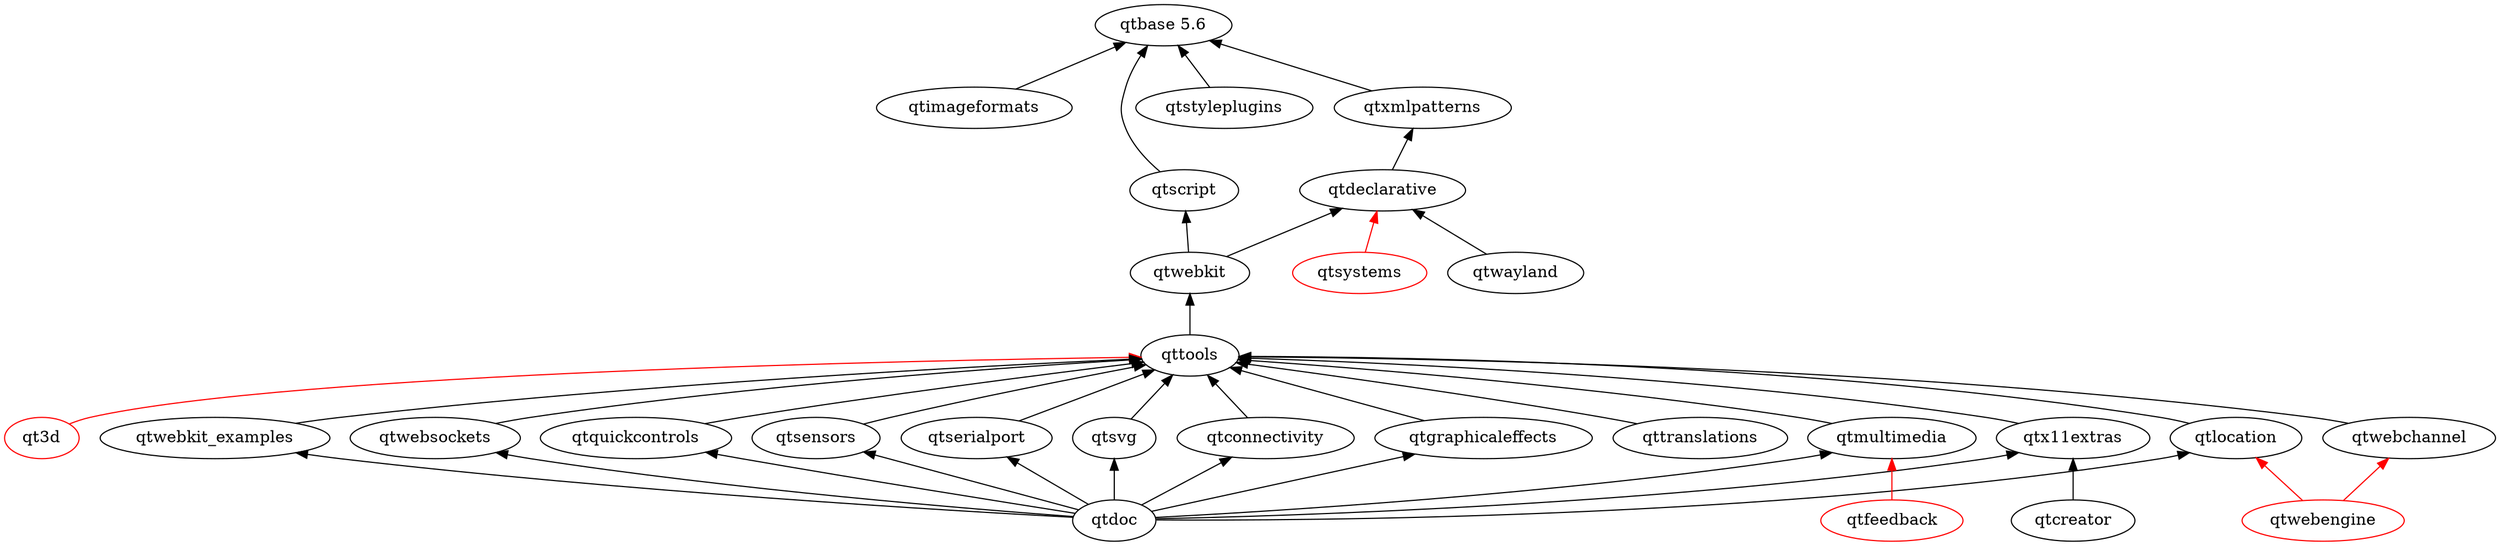
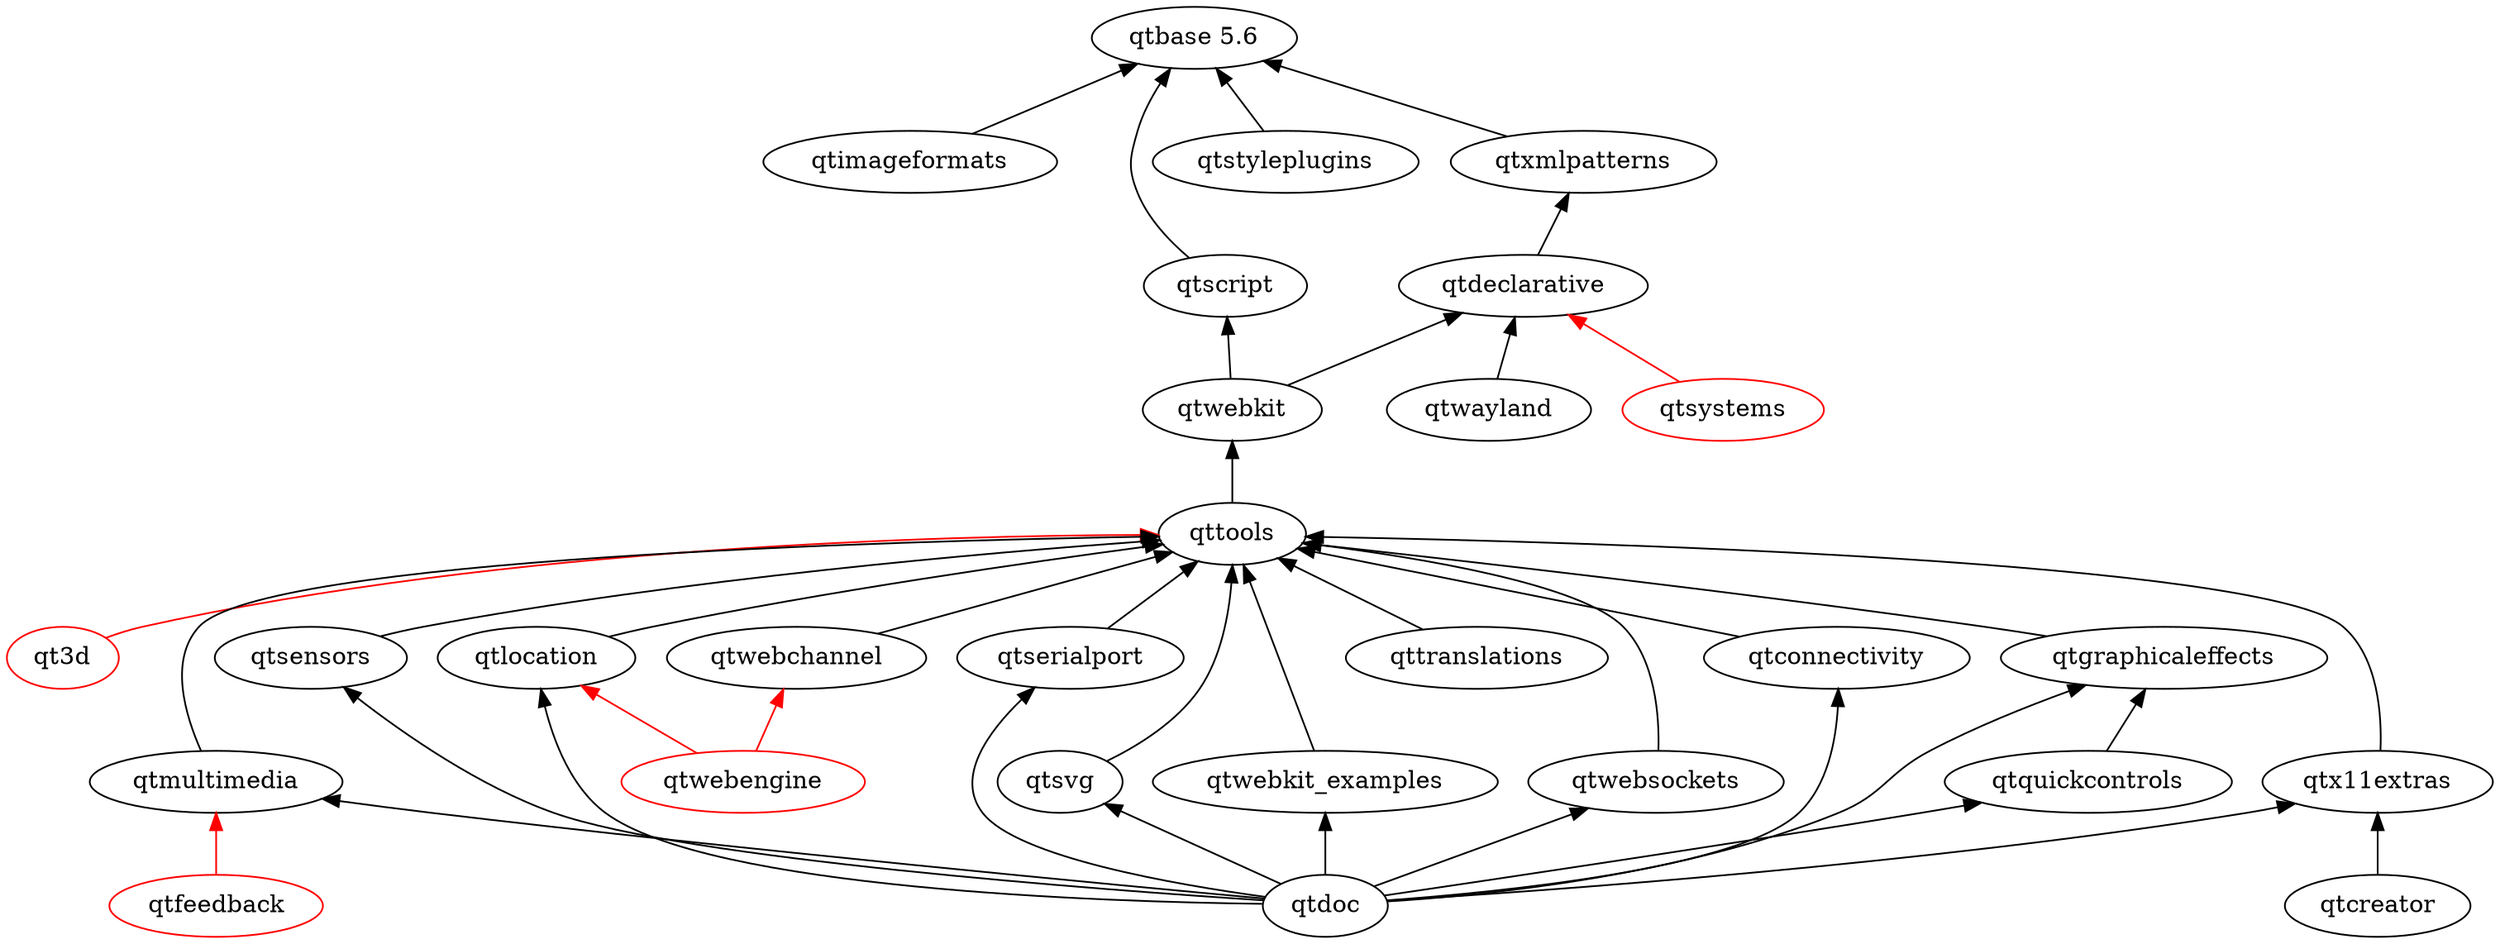
digraph qt5 {
  graph [
    rankdir = "BT"
  ]

  qt3d [ color = red ]
  "qtbase 5.6"
  qtconnectivity
  qtcreator
  qtdeclarative
  qtdoc
  qtfeedback [ color = red ]
  qtgraphicaleffects
  qtimageformats
  qtlocation
  qtmultimedia
  qtquickcontrols
  qtscript
  qtsensors
  qtserialport
  qtstyleplugins
  qtsvg
  qtsystems [ color = red ]
  qttools
  qttranslations
  qtwayland
  qtwebkit
  qtwebkit_examples
  qtwebsockets
  qtx11extras
  qtxmlpatterns
  qtwebchannel
  qtwebengine [ color = red ]

  qtconnectivity -> qttools
  qtcreator -> qtx11extras
  qtdeclarative -> qtxmlpatterns
  qtdoc -> qtgraphicaleffects
  qtdoc -> qtmultimedia
  qtdoc -> qtlocation
  qtdoc -> qtquickcontrols
  qtdoc -> qtsensors
  qtdoc -> qtserialport
  qtdoc -> qtsvg
  qtdoc -> qtx11extras
  qtdoc -> qtwebkit_examples
  qtdoc -> qtwebsockets
  qtdoc -> qtconnectivity
  qtgraphicaleffects -> qttools
  qtimageformats -> "qtbase 5.6"
  qtmultimedia -> qttools
-   qtquickcontrols -> qttools
+   qtquickcontrols -> qtgraphicaleffects
  qtsensors -> qttools
  qtserialport -> qttools
  qtscript -> "qtbase 5.6"
  qtstyleplugins -> "qtbase 5.6"
  qtsvg -> qttools
  qttools -> qtwebkit
  qttranslations -> qttools
  qtwayland -> qtdeclarative
  qtwebkit -> qtscript
  qtwebkit -> qtdeclarative
  qtwebkit_examples -> qttools
  qtwebsockets -> qttools
  qtx11extras -> qttools
  qtxmlpatterns -> "qtbase 5.6"
  qtlocation -> qttools
  qtwebchannel -> qttools

  // unsure/not-uploaded
  qt3d -> qttools [ color = red ]
  qtfeedback -> qtmultimedia [ color = red ]
  qtsystems -> qtdeclarative [ color = red ]
  qtwebengine -> qtwebchannel [ color = red ]
  qtwebengine -> qtlocation [color = red]
}
